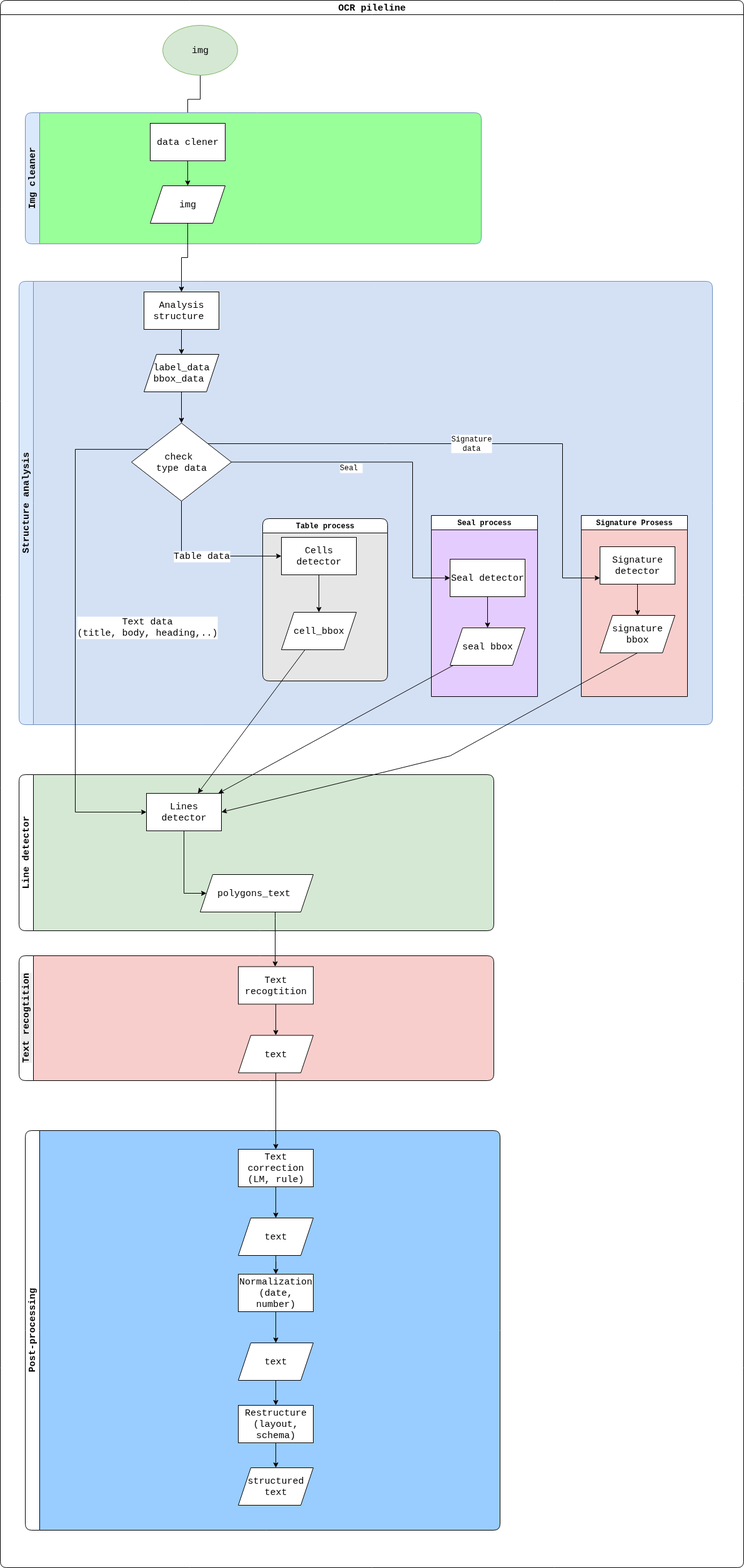
This is media/charts/Untitled Diagram.drawio.png from vantoan2905/ProdVision_Server, a draw.io export, as it was before one commit. Source tidied: cells renumbered, new cells last; positions are measured from the earlier drawing's top-left corner, leaving out a move shared by most shapes.
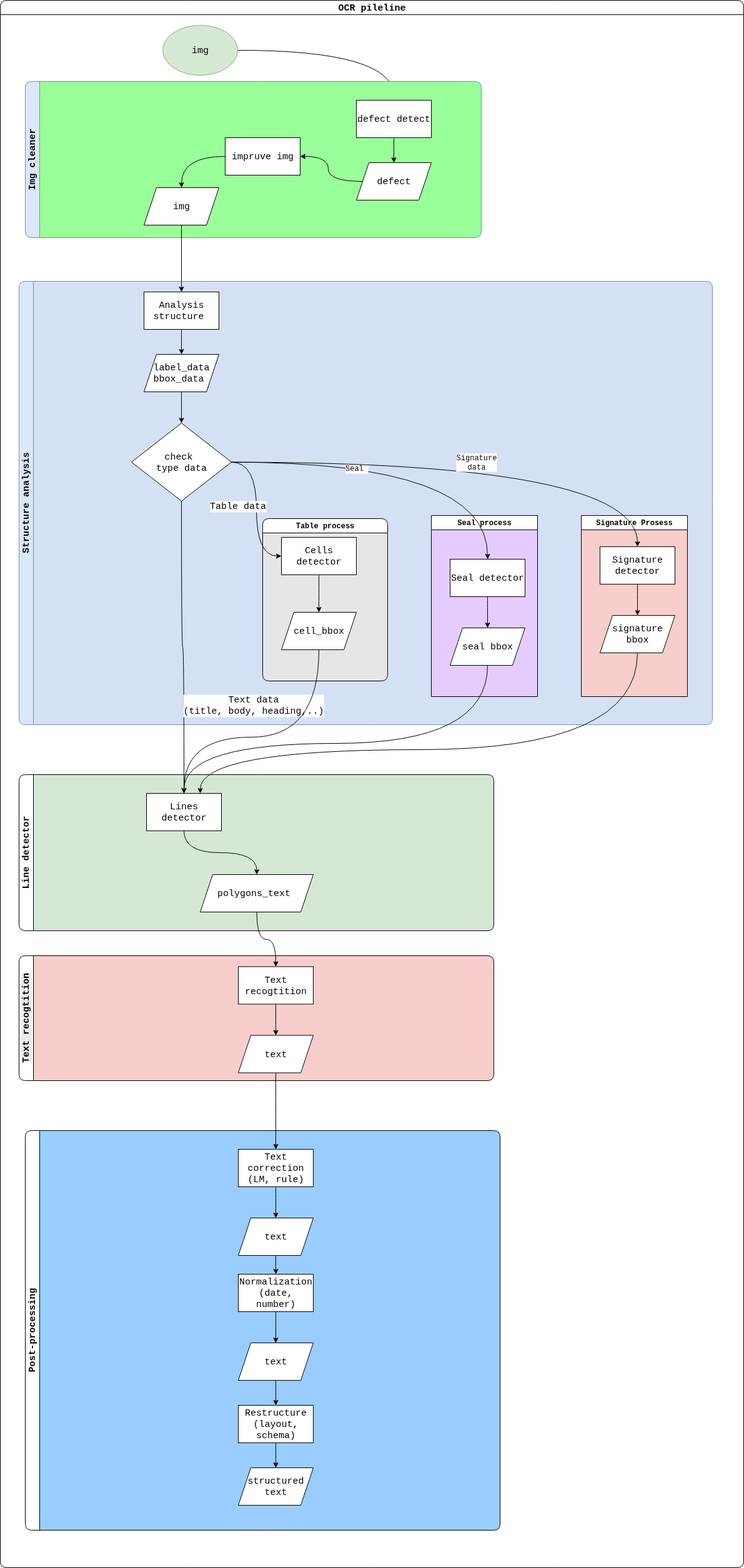
After the commit.

The edit, as a diff of the source:
```diff
@@ -13,3 +13,3 @@
     </mxCell>
-    <mxCell id="5" style="edgeStyle=orthogonalEdgeStyle;rounded=0;jettySize=auto;html=1;fontFamily=Courier New;fontSize=15;" parent="3" edge="1" source="6" target="8">
+    <mxCell id="5" style="edgeStyle=orthogonalEdgeStyle;rounded=0;jettySize=auto;html=1;fontFamily=Courier New;fontSize=15;curved=1;" parent="3" edge="1" source="6" target="8">
       <mxGeometry relative="1" as="geometry" />
@@ -19,3 +19,3 @@
     </mxCell>
-    <mxCell id="7" style="edgeStyle=orthogonalEdgeStyle;rounded=0;jettySize=auto;html=1;fontFamily=Courier New;fontSize=15;" parent="3" edge="1" source="8" target="4">
+    <mxCell id="7" style="edgeStyle=orthogonalEdgeStyle;rounded=0;jettySize=auto;html=1;fontFamily=Courier New;fontSize=15;curved=1;" parent="3" edge="1" source="8" target="4">
       <mxGeometry relative="1" as="geometry" />
@@ -28,3 +28,3 @@
     </mxCell>
-    <mxCell id="10" style="edgeStyle=orthogonalEdgeStyle;rounded=0;jettySize=auto;html=1;fontFamily=Courier New;" parent="9" edge="1" source="11" target="12">
+    <mxCell id="10" style="edgeStyle=orthogonalEdgeStyle;rounded=0;jettySize=auto;html=1;fontFamily=Courier New;curved=1;" parent="9" edge="1" source="11" target="12">
       <mxGeometry relative="1" as="geometry" />
@@ -37,7 +37,4 @@
     </mxCell>
-    <mxCell id="13" value="Table data" style="edgeStyle=orthogonalEdgeStyle;rounded=0;jettySize=auto;html=1;fontFamily=Courier New;fontSize=15;entryX=0;entryY=0.5;entryDx=0;entryDy=0;" parent="3" edge="1" source="4" target="11">
+    <mxCell id="13" value="Table data" style="edgeStyle=orthogonalEdgeStyle;rounded=0;jettySize=auto;html=1;fontFamily=Courier New;fontSize=15;entryX=0;entryY=0.5;entryDx=0;entryDy=0;curved=1;" parent="3" edge="1" source="4" target="11">
       <mxGeometry x="0.09" y="-15" relative="1" as="geometry">
-        <Array as="points">
-          <mxPoint x="260" y="440" />
-        </Array>
         <mxPoint x="-15" y="-15" as="offset" />
@@ -48,3 +45,3 @@
     </mxCell>
-    <mxCell id="15" style="edgeStyle=orthogonalEdgeStyle;rounded=0;jettySize=auto;html=1;fontFamily=Courier New;" parent="14" edge="1" source="16" target="17">
+    <mxCell id="15" style="edgeStyle=orthogonalEdgeStyle;rounded=0;jettySize=auto;html=1;fontFamily=Courier New;curved=1;" parent="14" edge="1" source="16" target="17">
       <mxGeometry relative="1" as="geometry" />
@@ -57,9 +54,4 @@
     </mxCell>
-    <mxCell id="18" value="&lt;span style=&quot;color: rgb(0, 0, 0); font-size: 12px; font-style: normal; font-variant-ligatures: normal; font-variant-caps: normal; letter-spacing: normal; orphans: 2; text-align: center; text-indent: 0px; text-transform: none; widows: 2; word-spacing: 0px; -webkit-text-stroke-width: 0px; white-space: normal; text-decoration-thickness: initial; text-decoration-style: initial; text-decoration-color: initial; float: none; display: inline !important;&quot;&gt;Seal&amp;nbsp;&lt;/span&gt;" style="edgeStyle=orthogonalEdgeStyle;rounded=0;jettySize=auto;html=1;fontFamily=Courier New;labelBackgroundColor=default;" parent="3" edge="1" source="4" target="16">
-      <mxGeometry x="-0.29" y="-10" relative="1" as="geometry">
-        <Array as="points">
-          <mxPoint x="630" y="290" />
-          <mxPoint x="630" y="475" />
-        </Array>
-      </mxGeometry>
+    <mxCell id="18" value="&lt;span style=&quot;color: rgb(0, 0, 0); font-size: 12px; font-style: normal; font-variant-ligatures: normal; font-variant-caps: normal; letter-spacing: normal; orphans: 2; text-align: center; text-indent: 0px; text-transform: none; widows: 2; word-spacing: 0px; -webkit-text-stroke-width: 0px; white-space: normal; text-decoration-thickness: initial; text-decoration-style: initial; text-decoration-color: initial; float: none; display: inline !important;&quot;&gt;Seal&amp;nbsp;&lt;/span&gt;" style="edgeStyle=orthogonalEdgeStyle;rounded=0;jettySize=auto;html=1;fontFamily=Courier New;labelBackgroundColor=default;curved=1;" parent="3" edge="1" source="4" target="16">
+      <mxGeometry x="-0.29" y="-10" relative="1" as="geometry" />
     </mxCell>
@@ -71,3 +63,3 @@
     </mxCell>
-    <mxCell id="21" style="edgeStyle=orthogonalEdgeStyle;rounded=0;jettySize=auto;html=1;fontFamily=Courier New;" parent="19" edge="1" source="22" target="20">
+    <mxCell id="21" style="edgeStyle=orthogonalEdgeStyle;rounded=0;jettySize=auto;html=1;fontFamily=Courier New;curved=1;" parent="19" edge="1" source="22" target="20">
       <mxGeometry relative="1" as="geometry" />
@@ -77,11 +69,6 @@
     </mxCell>
-    <mxCell id="23" value="&lt;span style=&quot;color: rgb(0, 0, 0); font-family: &amp;quot;Courier New&amp;quot;; font-size: 12px; font-style: normal; font-variant-ligatures: normal; font-variant-caps: normal; font-weight: 400; letter-spacing: normal; orphans: 2; text-align: center; text-indent: 0px; text-transform: none; widows: 2; word-spacing: 0px; -webkit-text-stroke-width: 0px; white-space: normal; background-color: rgb(255, 255, 255); text-decoration-thickness: initial; text-decoration-style: initial; text-decoration-color: initial; display: inline !important; float: none;&quot;&gt;Signature data&lt;/span&gt;" style="edgeStyle=orthogonalEdgeStyle;rounded=0;jettySize=auto;html=1;fontFamily=Courier New;" parent="3" edge="1" source="4" target="22">
-      <mxGeometry relative="1" as="geometry">
-        <Array as="points">
-          <mxPoint x="870" y="260" />
-          <mxPoint x="870" y="475" />
-        </Array>
-      </mxGeometry>
+    <mxCell id="23" value="&lt;span style=&quot;color: rgb(0, 0, 0); font-family: &amp;quot;Courier New&amp;quot;; font-size: 12px; font-style: normal; font-variant-ligatures: normal; font-variant-caps: normal; font-weight: 400; letter-spacing: normal; orphans: 2; text-align: center; text-indent: 0px; text-transform: none; widows: 2; word-spacing: 0px; -webkit-text-stroke-width: 0px; white-space: normal; background-color: rgb(255, 255, 255); text-decoration-thickness: initial; text-decoration-style: initial; text-decoration-color: initial; display: inline !important; float: none;&quot;&gt;Signature data&lt;/span&gt;" style="edgeStyle=orthogonalEdgeStyle;rounded=0;jettySize=auto;html=1;fontFamily=Courier New;curved=1;" parent="3" edge="1" source="4" target="22">
+      <mxGeometry relative="1" as="geometry" />
     </mxCell>
-    <mxCell id="24" style="edgeStyle=orthogonalEdgeStyle;rounded=0;jettySize=auto;html=1;entryX=0.5;entryY=0;entryDx=0;entryDy=0;fontFamily=Courier New;" parent="2" edge="1" source="25" target="52">
+    <mxCell id="24" style="edgeStyle=orthogonalEdgeStyle;rounded=0;jettySize=auto;html=1;curved=1;" parent="2" edge="1" source="25" target="52">
       <mxGeometry relative="1" as="geometry" />
@@ -100,16 +87,7 @@
     </mxCell>
-    <mxCell id="29" style="edgeStyle=orthogonalEdgeStyle;rounded=0;jettySize=auto;html=1;fontFamily=Courier New;fontSize=15;" parent="26" edge="1" source="28" target="27">
-      <mxGeometry relative="1" as="geometry">
-        <Array as="points">
-          <mxPoint x="264" y="190" />
-        </Array>
-      </mxGeometry>
+    <mxCell id="29" style="edgeStyle=orthogonalEdgeStyle;rounded=0;jettySize=auto;html=1;fontFamily=Courier New;fontSize=15;curved=1;" parent="26" edge="1" source="28" target="27">
+      <mxGeometry relative="1" as="geometry" />
     </mxCell>
-    <mxCell id="30" style="edgeStyle=orthogonalEdgeStyle;rounded=0;jettySize=auto;html=1;fontFamily=Courier New;fontSize=15;" parent="2" edge="1" source="4" target="28">
-      <mxGeometry relative="1" as="geometry">
-        <Array as="points">
-          <mxPoint x="120" y="719" />
-          <mxPoint x="120" y="1300" />
-        </Array>
-      </mxGeometry>
+    <mxCell id="30" style="edgeStyle=orthogonalEdgeStyle;rounded=0;jettySize=auto;html=1;fontFamily=Courier New;fontSize=15;curved=1;" parent="2" edge="1" source="4" target="28">
+      <mxGeometry relative="1" as="geometry" />
     </mxCell>
@@ -123,3 +101,3 @@
     </mxCell>
-    <mxCell id="33" style="edgeStyle=orthogonalEdgeStyle;rounded=0;jettySize=auto;html=1;fontFamily=Courier New;fontSize=15;" parent="32" edge="1" source="34" target="35">
+    <mxCell id="33" style="edgeStyle=orthogonalEdgeStyle;rounded=0;jettySize=auto;html=1;fontFamily=Courier New;fontSize=15;curved=1;" parent="32" edge="1" source="34" target="35">
       <mxGeometry relative="1" as="geometry" />
@@ -132,9 +110,4 @@
     </mxCell>
-    <mxCell id="36" style="edgeStyle=orthogonalEdgeStyle;rounded=0;jettySize=auto;html=1;fontFamily=Courier New;fontSize=15;" parent="2" edge="1" source="27" target="34">
-      <mxGeometry relative="1" as="geometry">
-        <Array as="points">
-          <mxPoint x="440" y="1470" />
-          <mxPoint x="440" y="1470" />
-        </Array>
-      </mxGeometry>
+    <mxCell id="36" style="edgeStyle=orthogonalEdgeStyle;rounded=0;jettySize=auto;html=1;fontFamily=Courier New;fontSize=15;curved=1;" parent="2" edge="1" source="27" target="34">
+      <mxGeometry relative="1" as="geometry" />
     </mxCell>
@@ -143,3 +116,3 @@
     </mxCell>
-    <mxCell id="38" style="edgeStyle=orthogonalEdgeStyle;rounded=0;jettySize=auto;html=1;fontFamily=Courier New;fontSize=15;" parent="37" edge="1" source="39" target="41">
+    <mxCell id="38" style="edgeStyle=orthogonalEdgeStyle;rounded=0;jettySize=auto;html=1;fontFamily=Courier New;fontSize=15;curved=1;" parent="37" edge="1" source="39" target="41">
       <mxGeometry relative="1" as="geometry" />
@@ -149,3 +122,3 @@
     </mxCell>
-    <mxCell id="40" style="edgeStyle=orthogonalEdgeStyle;rounded=0;jettySize=auto;html=1;fontFamily=Courier New;fontSize=15;" parent="37" edge="1" source="41" target="43">
+    <mxCell id="40" style="edgeStyle=orthogonalEdgeStyle;rounded=0;jettySize=auto;html=1;fontFamily=Courier New;fontSize=15;curved=1;" parent="37" edge="1" source="41" target="43">
       <mxGeometry relative="1" as="geometry" />
@@ -155,3 +128,3 @@
     </mxCell>
-    <mxCell id="42" style="edgeStyle=orthogonalEdgeStyle;rounded=0;jettySize=auto;html=1;fontFamily=Courier New;fontSize=15;" parent="37" edge="1" source="43" target="45">
+    <mxCell id="42" style="edgeStyle=orthogonalEdgeStyle;rounded=0;jettySize=auto;html=1;fontFamily=Courier New;fontSize=15;curved=1;" parent="37" edge="1" source="43" target="45">
       <mxGeometry relative="1" as="geometry" />
@@ -161,3 +134,3 @@
     </mxCell>
-    <mxCell id="44" style="edgeStyle=orthogonalEdgeStyle;rounded=0;jettySize=auto;html=1;fontFamily=Courier New;fontSize=15;" parent="37" edge="1" source="45" target="47">
+    <mxCell id="44" style="edgeStyle=orthogonalEdgeStyle;rounded=0;jettySize=auto;html=1;fontFamily=Courier New;fontSize=15;curved=1;" parent="37" edge="1" source="45" target="47">
       <mxGeometry relative="1" as="geometry" />
@@ -167,3 +140,3 @@
     </mxCell>
-    <mxCell id="46" style="edgeStyle=orthogonalEdgeStyle;rounded=0;jettySize=auto;html=1;fontFamily=Courier New;" parent="37" edge="1" source="47" target="48">
+    <mxCell id="46" style="edgeStyle=orthogonalEdgeStyle;rounded=0;jettySize=auto;html=1;fontFamily=Courier New;curved=1;" parent="37" edge="1" source="47" target="48">
       <mxGeometry relative="1" as="geometry" />
@@ -176,3 +149,3 @@
     </mxCell>
-    <mxCell id="49" style="edgeStyle=orthogonalEdgeStyle;rounded=0;jettySize=auto;html=1;fontFamily=Courier New;fontSize=15;" parent="2" edge="1" source="35" target="39">
+    <mxCell id="49" style="edgeStyle=orthogonalEdgeStyle;rounded=0;jettySize=auto;html=1;fontFamily=Courier New;fontSize=15;curved=1;" parent="2" edge="1" source="35" target="39">
       <mxGeometry relative="1" as="geometry" />
@@ -180,29 +153,52 @@
     <mxCell id="50" value="Img cleaner" style="swimlane;horizontal=0;whiteSpace=wrap;html=1;swimlaneFillColor=#99FF99;fillColor=#dae8fc;strokeColor=#6c8ebf;rounded=1;fontFamily=Courier New;fontSize=15;" parent="2" vertex="1">
-      <mxGeometry x="40" y="180" width="730" height="210" as="geometry" />
+      <mxGeometry x="40" y="130" width="730" height="250" as="geometry" />
     </mxCell>
-    <mxCell id="51" style="edgeStyle=orthogonalEdgeStyle;rounded=0;jettySize=auto;html=1;fontFamily=Courier New;fontSize=15;" parent="50" edge="1" source="52" target="53">
+    <mxCell id="51" style="edgeStyle=orthogonalEdgeStyle;rounded=0;jettySize=auto;html=1;fontFamily=Courier New;fontSize=15;curved=1;" parent="50" edge="1" source="52" target="54">
       <mxGeometry relative="1" as="geometry" />
     </mxCell>
-    <mxCell id="52" value="data clener" style="rounded=0;whiteSpace=wrap;html=1;fontFamily=Courier New;fontSize=15;" parent="50" vertex="1">
-      <mxGeometry x="200" y="17" width="120" height="60" as="geometry" />
+    <mxCell id="52" value="defect detect" style="rounded=0;whiteSpace=wrap;html=1;fontFamily=Courier New;fontSize=15;" parent="50" vertex="1">
+      <mxGeometry x="530" y="30" width="120" height="60" as="geometry" />
     </mxCell>
-    <mxCell id="53" value="img" style="shape=parallelogram;perimeter=parallelogramPerimeter;whiteSpace=wrap;html=1;fixedSize=1;fontFamily=Courier New;fontSize=15;" parent="50" vertex="1">
-      <mxGeometry x="200" y="117" width="120" height="60" as="geometry" />
+    <mxCell id="53" style="edgeStyle=orthogonalEdgeStyle;rounded=0;jettySize=auto;html=1;curved=1;" parent="50" edge="1" source="54" target="56">
+      <mxGeometry relative="1" as="geometry" />
     </mxCell>
-    <mxCell id="54" style="edgeStyle=orthogonalEdgeStyle;rounded=0;jettySize=auto;html=1;fontFamily=Courier New;fontSize=15;entryX=0.5;entryY=0;entryDx=0;entryDy=0;" parent="2" edge="1" source="53" target="6">
-      <mxGeometry relative="1" as="geometry" />
+    <mxCell id="54" value="defect" style="shape=parallelogram;perimeter=parallelogramPerimeter;whiteSpace=wrap;html=1;fixedSize=1;fontFamily=Courier New;fontSize=15;" parent="50" vertex="1">
+      <mxGeometry x="530" y="130" width="120" height="60" as="geometry" />
     </mxCell>
-    <mxCell id="55" style="rounded=0;jettySize=auto;html=1;fontFamily=Courier New;fontSize=15;" parent="2" edge="1" source="12" target="28">
+    <mxCell id="55" style="edgeStyle=orthogonalEdgeStyle;rounded=0;jettySize=auto;html=1;curved=1;" parent="50" edge="1" source="56" target="57">
       <mxGeometry relative="1" as="geometry" />
     </mxCell>
-    <mxCell id="56" style="rounded=0;jettySize=auto;html=1;" parent="2" edge="1" source="17" target="28">
-      <mxGeometry relative="1" as="geometry" />
+    <mxCell id="56" value="impruve img" style="whiteSpace=wrap;html=1;fontSize=15;fontFamily=Courier New;" parent="50" vertex="1">
+      <mxGeometry x="320" y="90" width="120" height="60" as="geometry" />
     </mxCell>
-    <mxCell id="57" style="rounded=0;jettySize=auto;html=1;entryX=1;entryY=0.5;entryDx=0;entryDy=0;exitX=0.5;exitY=1;exitDx=0;exitDy=0;" parent="2" edge="1" source="20" target="28">
-      <mxGeometry relative="1" as="geometry">
-        <Array as="points">
-          <mxPoint x="720" y="1210" />
-        </Array>
-      </mxGeometry>
+    <mxCell id="57" value="img" style="shape=parallelogram;perimeter=parallelogramPerimeter;whiteSpace=wrap;html=1;fixedSize=1;fontSize=15;fontFamily=Courier New;" parent="50" vertex="1">
+      <mxGeometry x="190" y="170" width="120" height="60" as="geometry" />
     </mxCell>
+    <mxCell id="58" style="rounded=0;jettySize=auto;html=1;fontFamily=Courier New;fontSize=15;edgeStyle=orthogonalEdgeStyle;curved=1;" parent="2" edge="1" source="12" target="28">
+      <mxGeometry relative="1" as="geometry">
+        <Array as="points">
+          <mxPoint x="510" y="1180" />
+          <mxPoint x="294" y="1180" />
+        </Array>
+      </mxGeometry>
+    </mxCell>
+    <mxCell id="59" style="rounded=0;jettySize=auto;html=1;edgeStyle=orthogonalEdgeStyle;curved=1;" parent="2" edge="1" source="17" target="28">
+      <mxGeometry relative="1" as="geometry">
+        <Array as="points">
+          <mxPoint x="780" y="1190" />
+          <mxPoint x="294" y="1190" />
+        </Array>
+      </mxGeometry>
+    </mxCell>
+    <mxCell id="60" style="rounded=0;jettySize=auto;html=1;exitX=0.5;exitY=1;exitDx=0;exitDy=0;edgeStyle=orthogonalEdgeStyle;curved=1;" parent="2" edge="1" source="20" target="28">
+      <mxGeometry relative="1" as="geometry">
+        <Array as="points">
+          <mxPoint x="1020" y="1200" />
+          <mxPoint x="320" y="1200" />
+        </Array>
+      </mxGeometry>
+    </mxCell>
+    <mxCell id="61" style="edgeStyle=orthogonalEdgeStyle;rounded=0;jettySize=auto;html=1;curved=1;" parent="2" edge="1" source="57" target="6">
+      <mxGeometry relative="1" as="geometry" />
+    </mxCell>
   </root>
```
